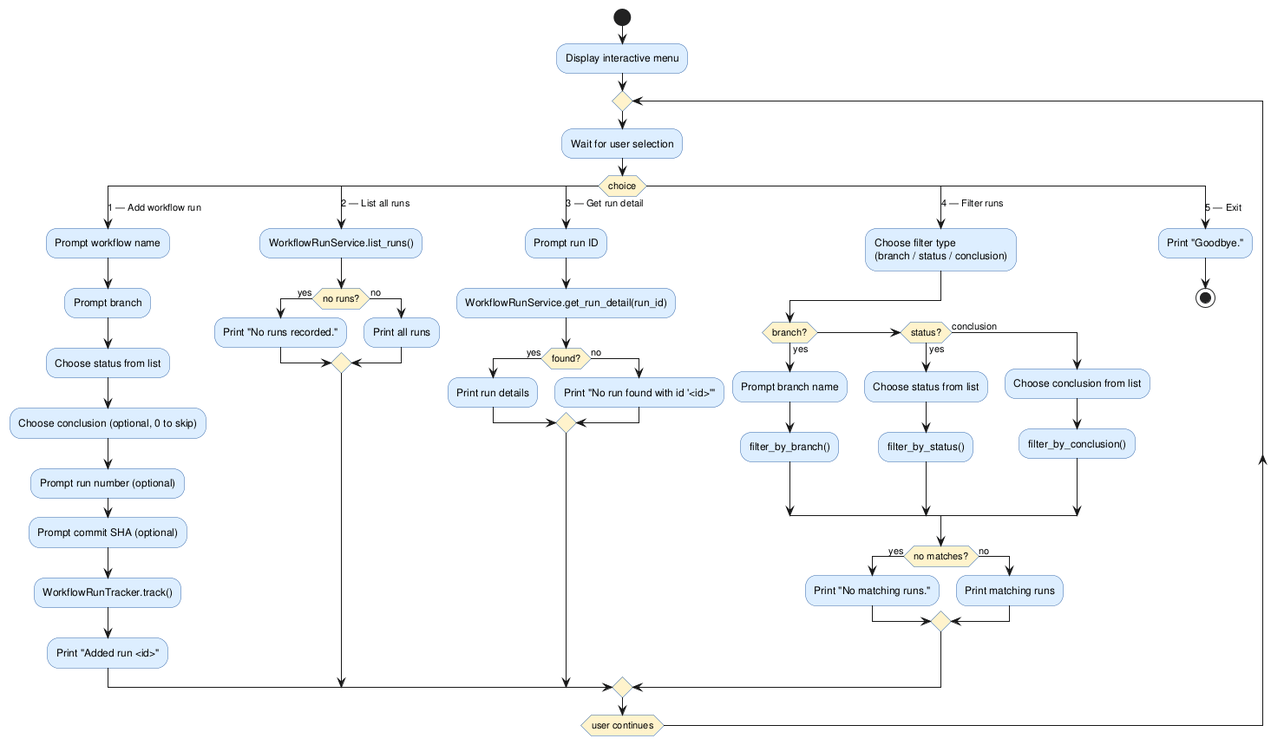
This is experiments/pipeline/test_driven/github-workflow-manager/artifacts/activity_diagram_interactive.png from DanielRiha8906/Software_autoevolution_using_agents, a PlantUML export, as it was before one commit.
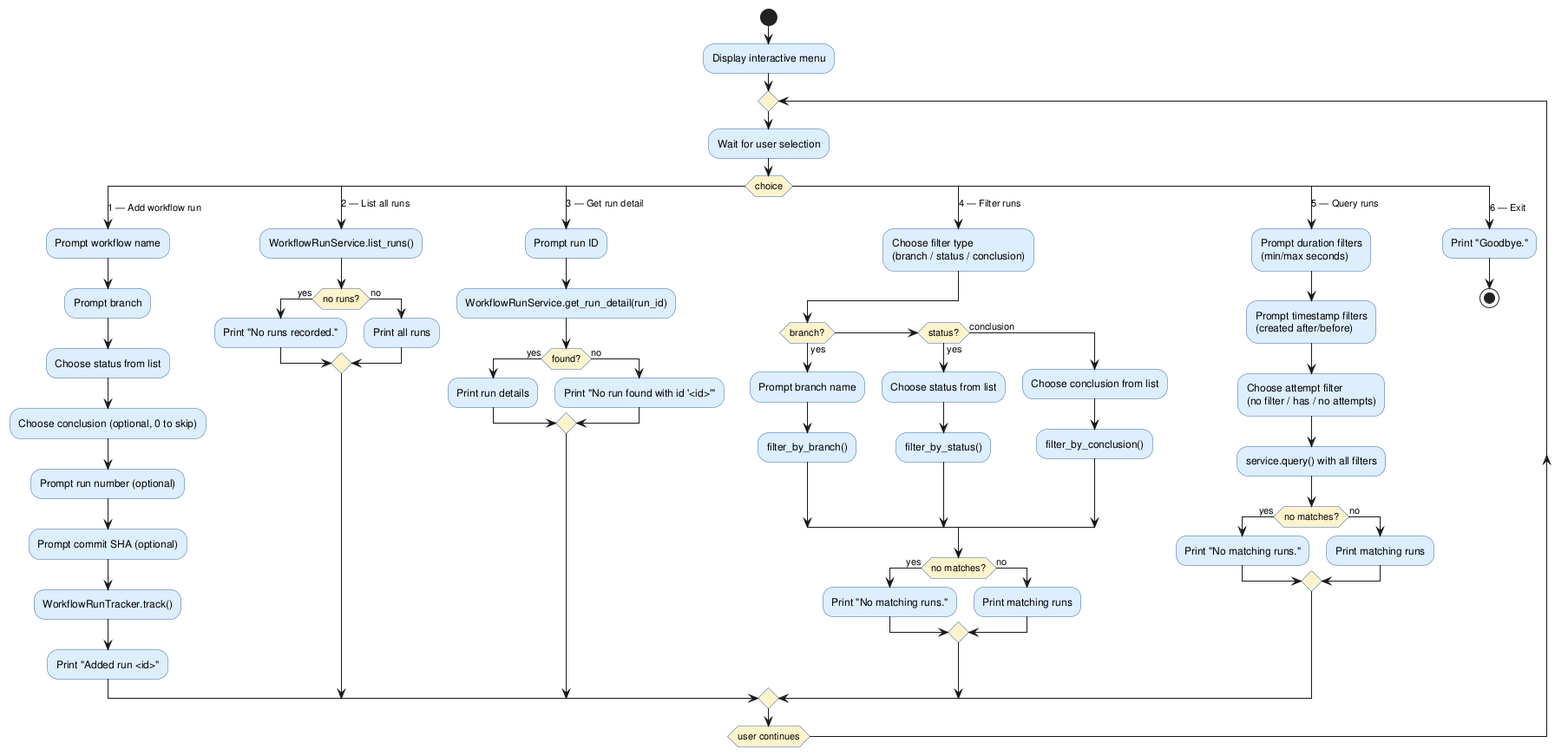
Later version of the same file.

Diff of the diagram source:
```diff
@@ -59,7 +59,18 @@
         :Print matching runs;
       endif
 
-    case (5 — Exit)
+    case (5 — Query runs)
+      :Prompt duration filters\n(min/max seconds);
+      :Prompt timestamp filters\n(created after/before);
+      :Choose attempt filter\n(no filter / has / no attempts);
+      :service.query() with all filters;
+      if (no matches?) then (yes)
+        :Print "No matching runs.";
+      else (no)
+        :Print matching runs;
+      endif
+
+    case (6 — Exit)
       :Print "Goodbye.";
       stop
 
```
